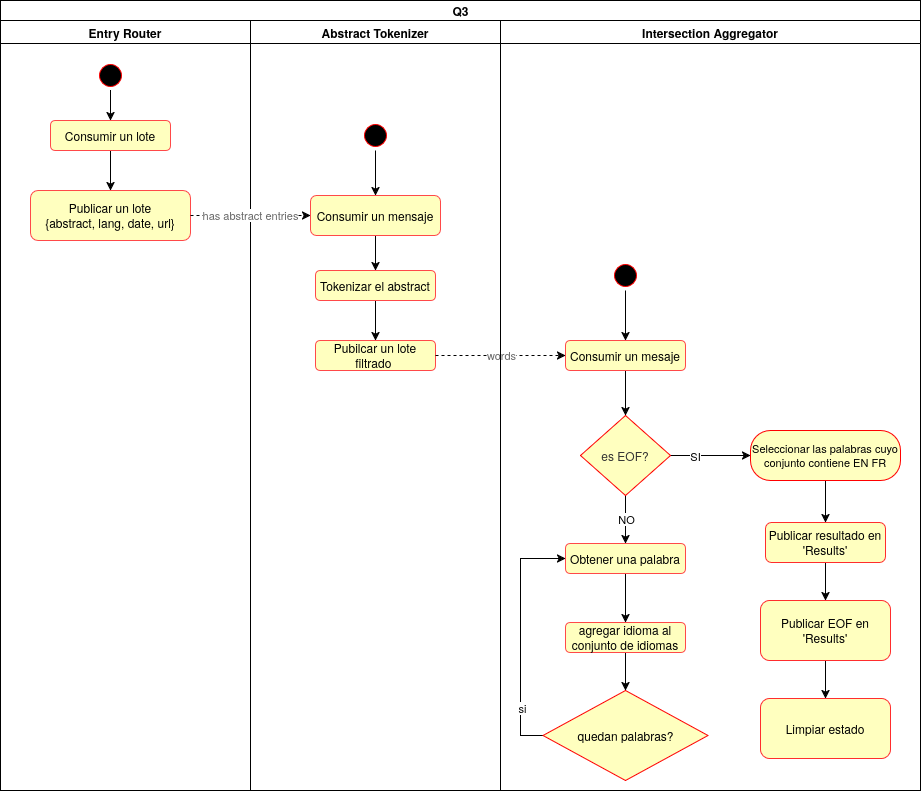
mrti259/fiuba-tp-template keeps this draw.io diagram as diagrams/Distribuidos - TP Diseño-Actividades-Q3.drawio.png. Above is the earlier version. Source tidied: cells renumbered, new cells last; positions are measured from the earlier drawing's top-left corner, leaving out a move shared by most shapes.
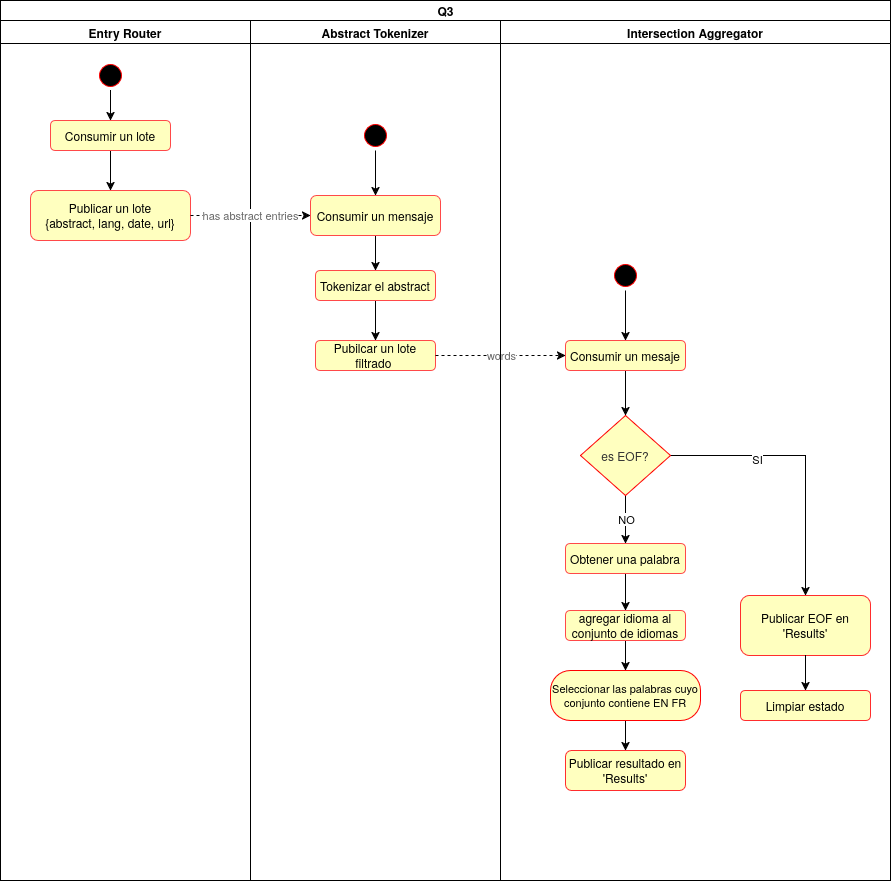
The same file after the commit.

What changed in the source:
```diff
@@ -3,10 +3,10 @@
     <mxCell id="0" />
     <mxCell id="1" parent="0" />
     <mxCell id="2" value="Q3" style="swimlane;startSize=20;html=1;" parent="1" vertex="1">
-      <mxGeometry width="920" height="790" as="geometry" />
+      <mxGeometry width="890" height="880" as="geometry" />
     </mxCell>
     <mxCell id="3" value="Entry Router" style="swimlane;whiteSpace=wrap;html=1;" parent="2" vertex="1">
-      <mxGeometry y="20" width="250" height="770" as="geometry" />
+      <mxGeometry y="20" width="250" height="860" as="geometry" />
     </mxCell>
     <mxCell id="4" style="edgeStyle=orthogonalEdgeStyle;rounded=0;jettySize=auto;html=1;" parent="3" edge="1" source="5" target="6">
       <mxGeometry relative="1" as="geometry" />
@@ -24,7 +24,7 @@
       <mxGeometry x="95" y="40" width="30" height="30" as="geometry" />
     </mxCell>
     <mxCell id="9" value="Abstract Tokenizer" style="swimlane;whiteSpace=wrap;html=1;" parent="2" vertex="1">
-      <mxGeometry x="250" y="20" width="250" height="770" as="geometry" />
+      <mxGeometry x="250" y="20" width="250" height="860" as="geometry" />
     </mxCell>
     <mxCell id="10" style="edgeStyle=orthogonalEdgeStyle;rounded=0;jettySize=auto;html=1;" parent="9" edge="1" source="11" target="14">
       <mxGeometry relative="1" as="geometry" />
@@ -62,7 +62,7 @@
       </mxGeometry>
     </mxCell>
     <mxCell id="21" value="&lt;span style=&quot;&quot;&gt;Intersection Aggregator&lt;/span&gt;" style="swimlane;whiteSpace=wrap;html=1;fontStyle=1;" parent="2" vertex="1">
-      <mxGeometry x="500" y="20" width="420" height="770" as="geometry" />
+      <mxGeometry x="500" y="20" width="390" height="860" as="geometry" />
     </mxCell>
     <mxCell id="22" style="edgeStyle=orthogonalEdgeStyle;rounded=0;jettySize=auto;html=1;" parent="21" edge="1" source="23" target="32">
       <mxGeometry relative="1" as="geometry" />
@@ -76,11 +76,11 @@
     <mxCell id="25" value="Obtener una palabra" style="rounded=1;whiteSpace=wrap;html=1;roundedPerimeter=1;fillColor=light-dark(#FFFFBF,#121212);strokeColor=#FF4949;" parent="21" vertex="1">
       <mxGeometry x="65" y="523" width="120" height="30" as="geometry" />
     </mxCell>
-    <mxCell id="26" style="edgeStyle=orthogonalEdgeStyle;rounded=0;jettySize=auto;html=1;" parent="21" edge="1" source="27" target="41">
+    <mxCell id="26" style="edgeStyle=orthogonalEdgeStyle;rounded=0;jettySize=auto;html=1;" parent="21" edge="1" source="27" target="34">
       <mxGeometry relative="1" as="geometry" />
     </mxCell>
     <mxCell id="27" value="agregar idioma al conjunto de idiomas" style="rounded=1;whiteSpace=wrap;html=1;roundedPerimeter=1;fillColor=light-dark(#FFFFBF,#121212);strokeColor=#FF4949;" parent="21" vertex="1">
-      <mxGeometry x="65" y="602" width="120" height="30" as="geometry" />
+      <mxGeometry x="65" y="590" width="120" height="30" as="geometry" />
     </mxCell>
     <mxCell id="28" style="edgeStyle=orthogonalEdgeStyle;rounded=0;jettySize=auto;html=1;" parent="21" edge="1" source="32" target="25">
       <mxGeometry relative="1" as="geometry" />
@@ -90,13 +90,11 @@
         <mxPoint x="-2" as="offset" />
       </mxGeometry>
     </mxCell>
-    <mxCell id="30" style="edgeStyle=orthogonalEdgeStyle;rounded=0;jettySize=auto;html=1;" parent="21" edge="1" source="32" target="34">
-      <mxGeometry relative="1" as="geometry" />
-    </mxCell>
+    <mxCell id="45" style="edgeStyle=orthogonalEdgeStyle;rounded=0;jettySize=auto;html=1;" parent="21" edge="1" source="32" target="43">
+      <mxGeometry relative="1" as="geometry" />
+    </mxCell>
-    <mxCell id="31" value="SI" style="edgeLabel;html=1;align=center;verticalAlign=middle;" parent="30" vertex="1">
-      <mxGeometry x="-0.14" y="-3" relative="1" as="geometry">
-        <mxPoint x="-10" y="-3" as="offset" />
-      </mxGeometry>
+    <mxCell id="31" value="SI" style="edgeLabel;html=1;align=center;verticalAlign=middle;" parent="45" vertex="1">
+      <mxGeometry x="-0.37" y="-3" relative="1" as="geometry" />
     </mxCell>
     <mxCell id="32" value="es EOF?" style="rhombus;whiteSpace=wrap;html=1;shapeInside=1;fontColor=#333333;fillColor=light-dark(#FFFFBF,#121212);strokeColor=#FF0000;" parent="21" vertex="1">
       <mxGeometry x="80" y="395" width="90" height="80" as="geometry" />
@@ -105,13 +103,10 @@
       <mxGeometry relative="1" as="geometry" />
     </mxCell>
     <mxCell id="34" value="Seleccionar las palabras cuyo conjunto contiene EN FR" style="rounded=1;whiteSpace=wrap;html=1;arcSize=40;fontColor=#000000;fillColor=#ffffc0;strokeColor=#ff0000;fontSize=11;" parent="21" vertex="1">
-      <mxGeometry x="250" y="410" width="150" height="50" as="geometry" />
+      <mxGeometry x="50" y="650" width="150" height="50" as="geometry" />
     </mxCell>
-    <mxCell id="35" style="edgeStyle=orthogonalEdgeStyle;rounded=0;jettySize=auto;html=1;" parent="21" edge="1" source="36" target="43">
-      <mxGeometry relative="1" as="geometry" />
-    </mxCell>
     <mxCell id="36" value="Publicar resultado en 'Results'" style="rounded=1;whiteSpace=wrap;html=1;roundedPerimeter=1;fillColor=#FFFFBF;strokeColor=#FF2D2D;" parent="21" vertex="1">
-      <mxGeometry x="265" y="502" width="120" height="40" as="geometry" />
+      <mxGeometry x="65" y="730" width="120" height="40" as="geometry" />
     </mxCell>
     <mxCell id="37" style="edgeStyle=orthogonalEdgeStyle;rounded=0;jettySize=auto;html=1;" parent="21" edge="1" source="38" target="23">
       <mxGeometry relative="1" as="geometry" />
@@ -119,28 +114,14 @@
     <mxCell id="38" style="ellipse;html=1;shape=startState;fillColor=#000000;strokeColor=#ff0000;" parent="21" vertex="1">
       <mxGeometry x="110" y="240" width="30" height="30" as="geometry" />
     </mxCell>
-    <mxCell id="39" style="edgeStyle=orthogonalEdgeStyle;rounded=0;jettySize=auto;html=1;" parent="21" edge="1" source="41" target="25">
-      <mxGeometry x="-0.21" relative="1" as="geometry">
-        <Array as="points">
-          <mxPoint x="20" y="715" />
-          <mxPoint x="20" y="538" />
-        </Array>
-      </mxGeometry>
-    </mxCell>
-    <mxCell id="40" value="si" style="edgeLabel;html=1;align=center;verticalAlign=middle;" parent="39" vertex="1">
-      <mxGeometry x="-0.59" y="-1" relative="1" as="geometry" />
-    </mxCell>
-    <mxCell id="41" value="quedan palabras?" style="rhombus;whiteSpace=wrap;html=1;shapeInside=1;fillColor=light-dark(#FFFFBF,#121212);strokeColor=#FF0000;" parent="21" vertex="1">
-      <mxGeometry x="42.5" y="670" width="165" height="90" as="geometry" />
-    </mxCell>
-    <mxCell id="42" style="edgeStyle=orthogonalEdgeStyle;rounded=0;jettySize=auto;html=1;" parent="21" edge="1" source="43" target="44">
-      <mxGeometry relative="1" as="geometry" />
-    </mxCell>
     <mxCell id="43" value="Publicar EOF en 'Results'" style="rounded=1;whiteSpace=wrap;html=1;roundedPerimeter=1;fillColor=#FFFFBF;strokeColor=#FF2D2D;" parent="21" vertex="1">
-      <mxGeometry x="260" y="580" width="130" height="60" as="geometry" />
+      <mxGeometry x="240" y="575" width="130" height="60" as="geometry" />
     </mxCell>
     <mxCell id="44" value="Limpiar estado" style="rounded=1;whiteSpace=wrap;html=1;roundedPerimeter=1;fillColor=#FFFFBF;strokeColor=#FF2D2D;" parent="21" vertex="1">
-      <mxGeometry x="260" y="678" width="130" height="60" as="geometry" />
+      <mxGeometry x="240" y="670" width="130" height="30" as="geometry" />
     </mxCell>
+    <mxCell id="35" style="edgeStyle=orthogonalEdgeStyle;rounded=0;jettySize=auto;html=1;" parent="21" edge="1" source="43" target="44">
+      <mxGeometry x="0.88" relative="1" as="geometry" />
+    </mxCell>
   </root>
 </mxGraphModel>
```
